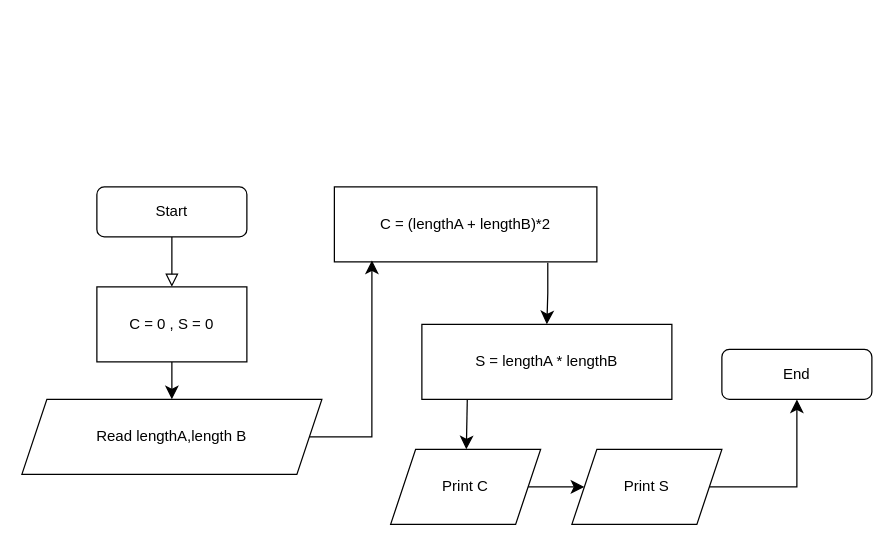
Before: page "Hình chữ nhật" (2 of 4) of Biểu đồ không có tiêu đề.drawio in LONGDKZdev/Flowchart, a draw.io diagram. Source tidied: cells renumbered, new cells numbered last; positions are measured from the earlier drawing's top-left corner, leaving out a move shared by most shapes. Both pictures are drawn from the tidied source at 125%, with x=0, y=0 at pixel (21, 186).
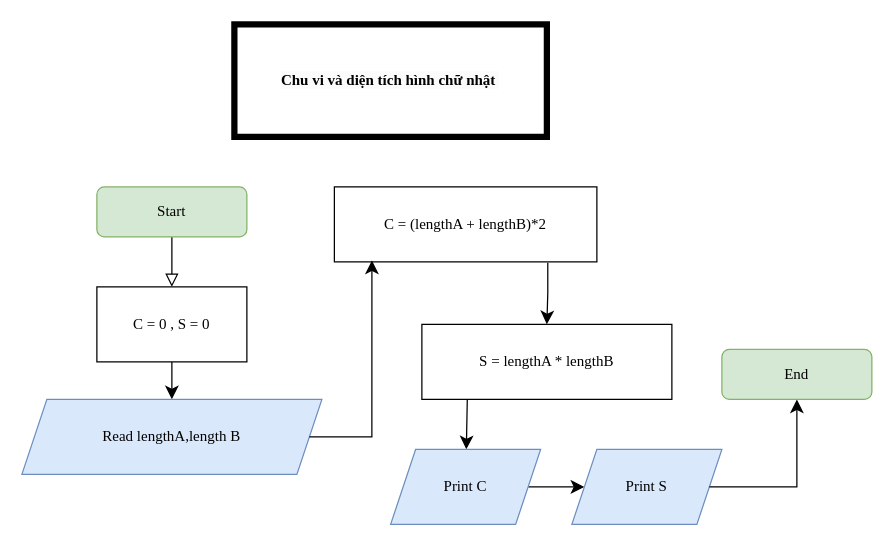
The same diagram, later.

Commit message (it also covers changes not shown here):
Cập nhật Biểu đồ không có tiêu đề.drawio

Change to the diagram source:
```diff
@@
-    <mxCell id="2" style="rounded=0;html=1;jettySize=auto;fontSize=11;endArrow=block;endFill=0;endSize=8;strokeWidth=1;shadow=0;labelBackgroundColor=none;edgeStyle=orthogonalEdgeStyle;entryX=0.5;entryY=0;entryDx=0;entryDy=0;exitX=0.5;exitY=1;exitDx=0;exitDy=0;" parent="1" edge="1" source="3">
+    <mxCell id="2" style="rounded=0;html=1;jettySize=auto;fontSize=11;endArrow=block;endFill=0;endSize=8;strokeWidth=1;shadow=0;labelBackgroundColor=none;edgeStyle=orthogonalEdgeStyle;entryX=0.5;entryY=0;entryDx=0;entryDy=0;exitX=0.5;exitY=1;exitDx=0;exitDy=0;fontFamily=Times New Roman;" parent="1" edge="1" source="3">
       <mxGeometry relative="1" as="geometry">
         <mxPoint x="120" y="80" as="targetPoint" />
         <Array as="points">
           <mxPoint x="120" y="50" />
         </Array>
       </mxGeometry>
     </mxCell>
-    <mxCell id="3" value="Start" style="rounded=1;whiteSpace=wrap;html=1;fontSize=12;glass=0;strokeWidth=1;shadow=0;" parent="1" vertex="1">
+    <mxCell id="3" value="Start" style="rounded=1;whiteSpace=wrap;html=1;fontSize=12;glass=0;strokeWidth=1;shadow=0;fillColor=#d5e8d4;strokeColor=#82b366;fontFamily=Times New Roman;" parent="1" vertex="1">
       <mxGeometry x="60" width="120" height="40" as="geometry" />
     </mxCell>
-    <mxCell id="4" style="edgeStyle=none;curved=1;rounded=0;orthogonalLoop=1;jettySize=auto;html=1;fontSize=12;startSize=8;endSize=8;exitX=0.5;exitY=1;exitDx=0;exitDy=0;" parent="1" edge="1">
+    <mxCell id="4" style="edgeStyle=none;curved=1;rounded=0;orthogonalLoop=1;jettySize=auto;html=1;fontSize=12;startSize=8;endSize=8;exitX=0.5;exitY=1;exitDx=0;exitDy=0;fontFamily=Times New Roman;" parent="1" edge="1">
       <mxGeometry relative="1" as="geometry">
         <mxPoint x="120" y="140" as="sourcePoint" />
         <mxPoint x="120" y="170" as="targetPoint" />
       </mxGeometry>
     </mxCell>
-    <mxCell id="5" value="Read lengthA,length B" style="shape=parallelogram;perimeter=parallelogramPerimeter;whiteSpace=wrap;html=1;fixedSize=1;" parent="1" vertex="1">
+    <mxCell id="5" value="Read lengthA,length B" style="shape=parallelogram;perimeter=parallelogramPerimeter;whiteSpace=wrap;html=1;fixedSize=1;fillColor=#dae8fc;strokeColor=#6c8ebf;fontFamily=Times New Roman;" parent="1" vertex="1">
       <mxGeometry y="170" width="240" height="60" as="geometry" />
     </mxCell>
-    <mxCell id="6" value="C = 0 , S = 0" style="rounded=0;whiteSpace=wrap;html=1;" parent="1" vertex="1">
+    <mxCell id="6" value="C = 0 , S = 0" style="rounded=0;whiteSpace=wrap;html=1;fontFamily=Times New Roman;" parent="1" vertex="1">
       <mxGeometry x="60" y="80" width="120" height="60" as="geometry" />
     </mxCell>
-    <mxCell id="7" style="edgeStyle=none;curved=1;rounded=0;jettySize=auto;html=1;fontSize=12;startSize=8;endSize=8;exitX=1;exitY=0.5;exitDx=0;exitDy=0;entryX=0;entryY=0.5;entryDx=0;entryDy=0;" parent="1" edge="1" source="13" target="12">
+    <mxCell id="7" style="edgeStyle=none;curved=1;rounded=0;jettySize=auto;html=1;fontSize=12;startSize=8;endSize=8;exitX=1;exitY=0.5;exitDx=0;exitDy=0;entryX=0;entryY=0.5;entryDx=0;entryDy=0;fontFamily=Times New Roman;" parent="1" edge="1" source="13" target="12">
       <mxGeometry relative="1" as="geometry" />
     </mxCell>
-    <mxCell id="8" value="C = (lengthA + lengthB)*2" style="whiteSpace=wrap;html=1;" parent="1" vertex="1">
+    <mxCell id="8" value="C = (lengthA + lengthB)*2" style="whiteSpace=wrap;html=1;fontFamily=Times New Roman;" parent="1" vertex="1">
       <mxGeometry x="250" width="210" height="60" as="geometry" />
     </mxCell>
-    <mxCell id="9" style="edgeStyle=none;curved=1;rounded=0;jettySize=auto;html=1;fontSize=12;startSize=8;endSize=8;exitX=0.182;exitY=0.943;exitDx=0;exitDy=0;exitPerimeter=0;" parent="1" edge="1" source="10" target="13">
+    <mxCell id="9" style="edgeStyle=none;curved=1;rounded=0;jettySize=auto;html=1;fontSize=12;startSize=8;endSize=8;exitX=0.182;exitY=0.943;exitDx=0;exitDy=0;exitPerimeter=0;fontFamily=Times New Roman;" parent="1" edge="1" source="10" target="13">
       <mxGeometry relative="1" as="geometry" />
     </mxCell>
-    <mxCell id="10" value="S = lengthA * lengthB" style="whiteSpace=wrap;html=1;" parent="1" vertex="1">
+    <mxCell id="10" value="S = lengthA * lengthB" style="whiteSpace=wrap;html=1;fontFamily=Times New Roman;" parent="1" vertex="1">
       <mxGeometry x="320" y="110" width="200" height="60" as="geometry" />
     </mxCell>
-    <mxCell id="11" style="edgeStyle=elbowEdgeStyle;elbow=vertical;endArrow=classic;html=1;curved=0;rounded=0;endSize=8;startSize=8;fontSize=12;entryX=0.5;entryY=0;entryDx=0;entryDy=0;exitX=0.813;exitY=1.011;exitDx=0;exitDy=0;exitPerimeter=0;" parent="1" edge="1" source="8" target="10">
+    <mxCell id="11" style="edgeStyle=elbowEdgeStyle;elbow=vertical;endArrow=classic;html=1;curved=0;rounded=0;endSize=8;startSize=8;fontSize=12;entryX=0.5;entryY=0;entryDx=0;entryDy=0;exitX=0.813;exitY=1.011;exitDx=0;exitDy=0;exitPerimeter=0;fontFamily=Times New Roman;" parent="1" edge="1" source="8" target="10">
       <mxGeometry relative="1" as="geometry" />
     </mxCell>
-    <mxCell id="12" value="Print S" style="shape=parallelogram;perimeter=parallelogramPerimeter;whiteSpace=wrap;html=1;fixedSize=1;" parent="1" vertex="1">
+    <mxCell id="12" value="Print S" style="shape=parallelogram;perimeter=parallelogramPerimeter;whiteSpace=wrap;html=1;fixedSize=1;fillColor=#dae8fc;strokeColor=#6c8ebf;fontFamily=Times New Roman;" parent="1" vertex="1">
       <mxGeometry x="440" y="210" width="120" height="60" as="geometry" />
     </mxCell>
-    <mxCell id="13" value="Print C" style="shape=parallelogram;perimeter=parallelogramPerimeter;whiteSpace=wrap;html=1;fixedSize=1;" parent="1" vertex="1">
+    <mxCell id="13" value="Print C" style="shape=parallelogram;perimeter=parallelogramPerimeter;whiteSpace=wrap;html=1;fixedSize=1;fillColor=#dae8fc;strokeColor=#6c8ebf;fontFamily=Times New Roman;" parent="1" vertex="1">
       <mxGeometry x="295" y="210" width="120" height="60" as="geometry" />
     </mxCell>
-    <mxCell id="14" style="edgeStyle=elbowEdgeStyle;elbow=vertical;endArrow=classic;html=1;curved=0;rounded=0;endSize=8;startSize=8;fontSize=12;entryX=0.5;entryY=1;entryDx=0;entryDy=0;exitX=1;exitY=0.5;exitDx=0;exitDy=0;" parent="1" edge="1" source="12" target="15">
+    <mxCell id="14" style="edgeStyle=elbowEdgeStyle;elbow=vertical;endArrow=classic;html=1;curved=0;rounded=0;endSize=8;startSize=8;fontSize=12;entryX=0.5;entryY=1;entryDx=0;entryDy=0;exitX=1;exitY=0.5;exitDx=0;exitDy=0;fontFamily=Times New Roman;" parent="1" edge="1" source="12" target="15">
       <mxGeometry relative="1" as="geometry">
         <Array as="points">
           <mxPoint x="590" y="240" />
           <mxPoint x="730" y="300" />
           <mxPoint x="730" y="200" />
           <mxPoint x="650" y="140" />
         </Array>
       </mxGeometry>
     </mxCell>
-    <mxCell id="15" value="End" style="rounded=1;whiteSpace=wrap;html=1;" parent="1" vertex="1">
+    <mxCell id="15" value="End" style="rounded=1;whiteSpace=wrap;html=1;fillColor=#d5e8d4;strokeColor=#82b366;fontFamily=Times New Roman;" parent="1" vertex="1">
       <mxGeometry x="560" y="130" width="120" height="40" as="geometry" />
     </mxCell>
-    <mxCell id="16" style="edgeStyle=orthogonalEdgeStyle;rounded=0;jettySize=auto;html=1;fontSize=12;startSize=8;endSize=8;entryX=0.143;entryY=0.98;entryDx=0;entryDy=0;entryPerimeter=0;" parent="1" edge="1" source="5" target="8">
+    <mxCell id="16" style="edgeStyle=orthogonalEdgeStyle;rounded=0;jettySize=auto;html=1;fontSize=12;startSize=8;endSize=8;entryX=0.143;entryY=0.98;entryDx=0;entryDy=0;entryPerimeter=0;fontFamily=Times New Roman;" parent="1" edge="1" source="5" target="8">
       <mxGeometry relative="1" as="geometry">
         <Array as="points">
           <mxPoint x="280" y="200" />
         </Array>
       </mxGeometry>
     </mxCell>
+    <mxCell id="17" value="&lt;span style=&quot;background-color: rgb(251, 251, 251);&quot;&gt;&lt;b&gt;Chu vi và diện tích hình chữ nhật&amp;nbsp;&lt;/b&gt;&lt;/span&gt;" style="rounded=0;whiteSpace=wrap;html=1;strokeWidth=5;fontFamily=Times New Roman;" parent="1" vertex="1">
+      <mxGeometry x="170" y="-130" width="250" height="90" as="geometry" />
+    </mxCell>
```
